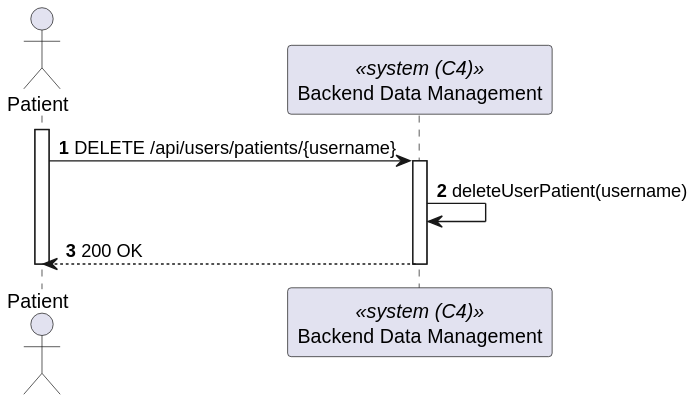
Above: docs/sprint-a/us-5.1.5/views/level2/process-view.svg in 1220846/sem5pi-24-25-3ddg20 (PlantUML), before the change. Its diagram source:
```plantuml
@startuml
autonumber

actor "Patient" as Patient
participant BackendDataManagement as "Backend Data Management" <<system (C4)>>

activate Patient
    Patient -> BackendDataManagement : DELETE /api/users/patients/{username}
    activate BackendDataManagement

        BackendDataManagement -> BackendDataManagement : deleteUserPatient(username)

        Patient <-- BackendDataManagement : 200 OK
    deactivate BackendDataManagement

deactivate Patient
@enduml
```
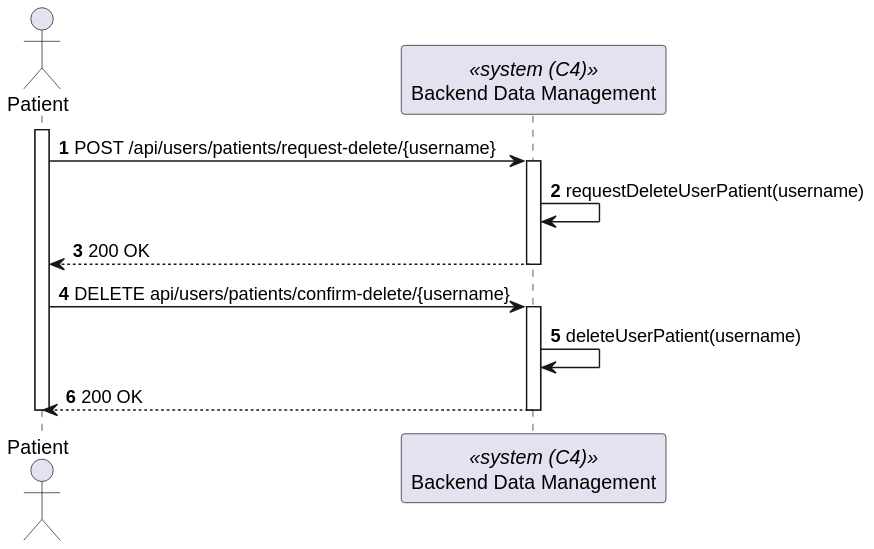
Above is the later version.

Commit message:
feat: implementation delete-user-patient and fix documentation #5

What changed in the source:
```diff
@@ -5,7 +5,17 @@
 participant BackendDataManagement as "Backend Data Management" <<system (C4)>>
 
 activate Patient
-    Patient -> BackendDataManagement : DELETE /api/users/patients/{username}
+
+    Patient -> BackendDataManagement : POST /api/users/patients/request-delete/{username}
+
+    activate BackendDataManagement
+
+        BackendDataManagement -> BackendDataManagement : requestDeleteUserPatient(username)
+
+        Patient <-- BackendDataManagement : 200 OK
+    deactivate BackendDataManagement
+
+    Patient -> BackendDataManagement : DELETE api/users/patients/confirm-delete/{username}
     activate BackendDataManagement
 
         BackendDataManagement -> BackendDataManagement : deleteUserPatient(username)
```
